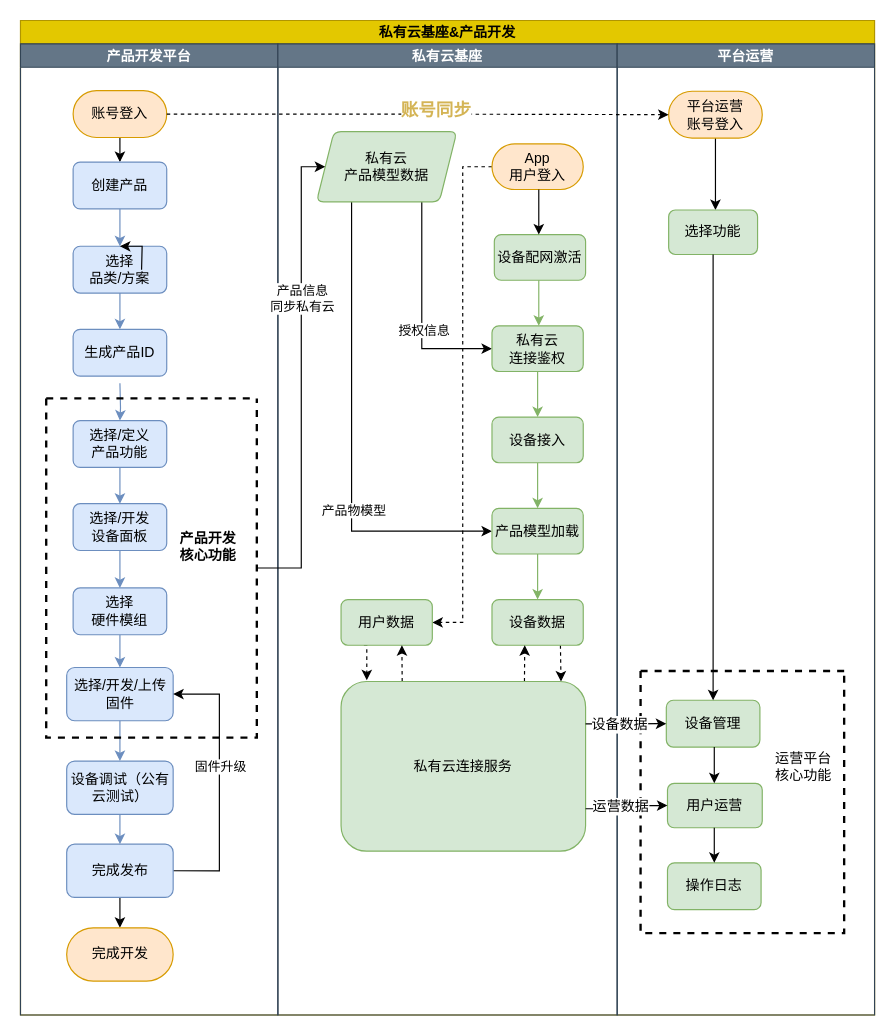
Before: 中燃项目.drawio in Sidamor/drawio, a draw.io diagram. Source tidied: cells renumbered, new cells numbered last; positions are measured from the earlier drawing's top-left corner, leaving out a move shared by most shapes. Both pictures are drawn from the tidied source at 117%, with x=0, y=0 at pixel (20, 20).
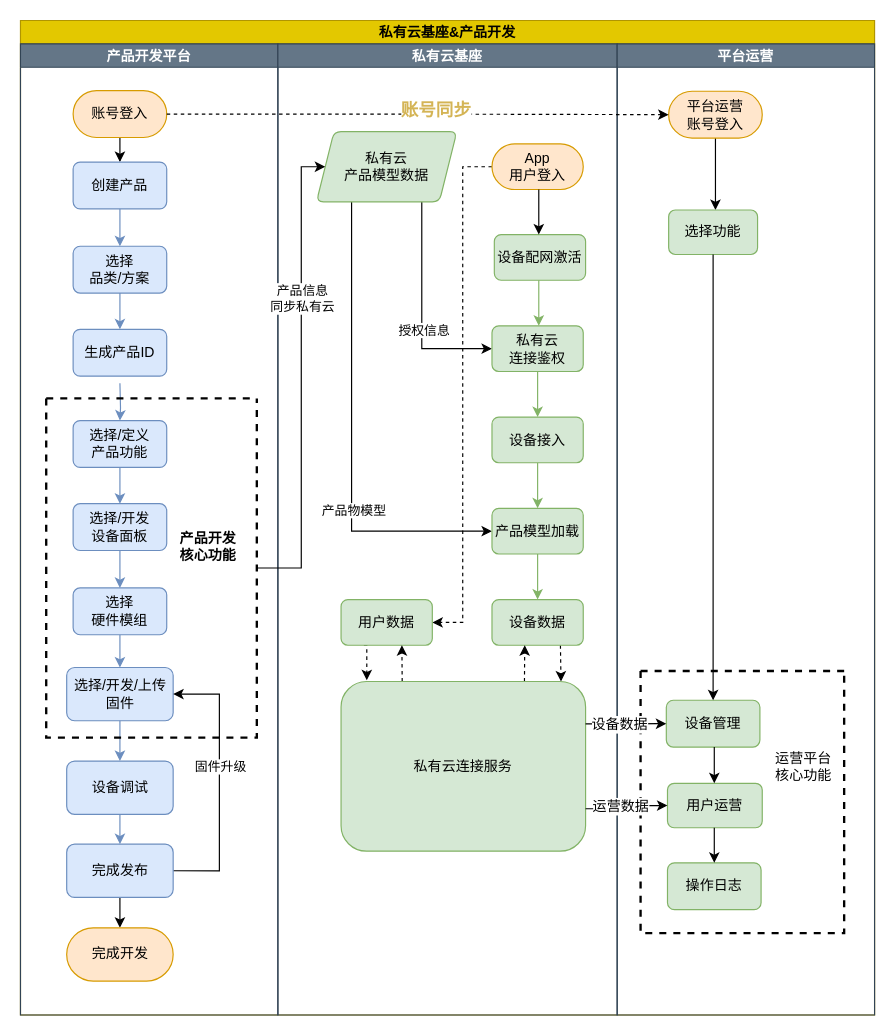
Above is the later version.

Commit message (it also covers changes not shown here):
更新中燃项目.drawio

The change refers to these unchanged cells:
```xml
<mxCell id="2" value="私有云基座&amp;产品开发" style="swimlane;startSize=20;fillColor=#e3c800;fontColor=#000000;strokeColor=#B09500;" parent="1" vertex="1">
  <mxGeometry width="730" height="850" as="geometry" />
</mxCell>
<mxCell id="3" value="产品开发平台" style="swimlane;startSize=20;fillColor=#647687;fontColor=#ffffff;strokeColor=#314354;" parent="2" vertex="1">
  <mxGeometry y="20" width="220" height="830" as="geometry" />
</mxCell>
<mxCell id="9" value="选择&lt;br&gt;品类/方案" style="whiteSpace=wrap;html=1;rounded=1;fillColor=#dae8fc;strokeColor=#6c8ebf;" parent="3" vertex="1">
  <mxGeometry x="45" y="173" width="80" height="40" as="geometry" />
</mxCell>
```

Diff of the diagram source:
```diff
@@
-    <mxCell id="19" value="设备调试（公有云测试）" style="whiteSpace=wrap;html=1;rounded=1;fillColor=#dae8fc;strokeColor=#6c8ebf;" parent="3" vertex="1">
+    <mxCell id="19" value="设备调试" style="whiteSpace=wrap;html=1;rounded=1;fillColor=#dae8fc;strokeColor=#6c8ebf;" parent="3" vertex="1">
       <mxGeometry x="39.5" y="613" width="91" height="45.5" as="geometry" />
     </mxCell>
@@
-    <mxCell id="65" style="edgeStyle=orthogonalEdgeStyle;rounded=0;jettySize=auto;html=1;" parent="2" edge="1" target="9">
-      <mxGeometry relative="1" as="geometry">
-        <mxPoint x="103.5" y="213" as="sourcePoint" />
-      </mxGeometry>
-    </mxCell>
```
